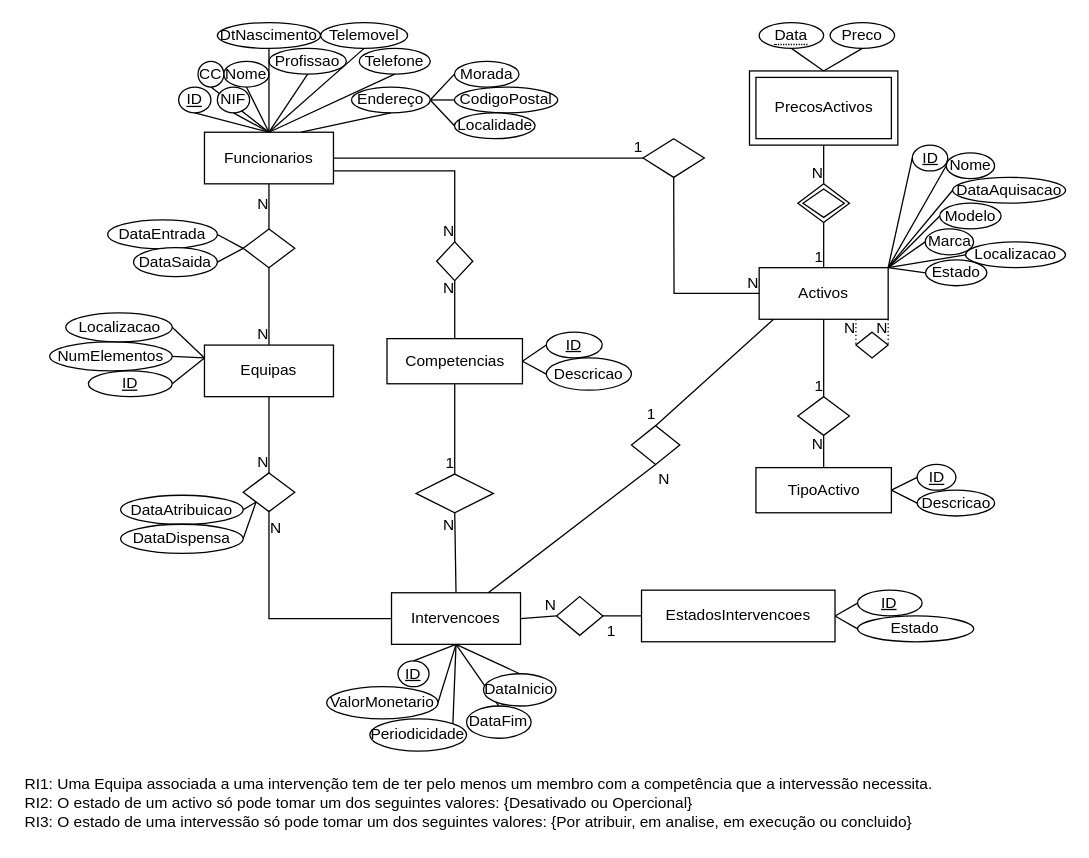
The draw.io diagram Diagrama.drawio in JLuzioS/SI2A, before the edit. Source tidied: cells renumbered, new cells numbered last; positions are measured from the earlier drawing's top-left corner, leaving out a move shared by most shapes. Both pictures are drawn from the tidied source at 129%, with x=0, y=0 at pixel (22, 22).
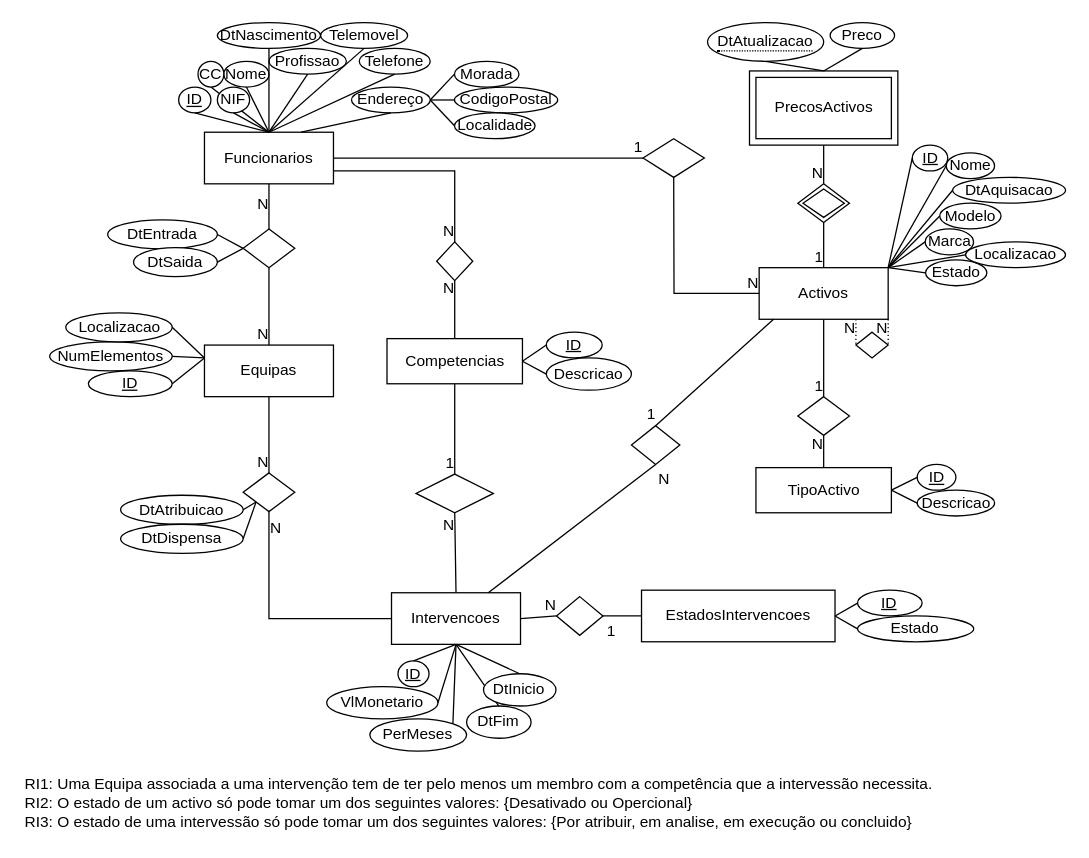
Above is the later version.

What changed in the source:
```diff
@@
-    <mxCell id="42" value="&lt;span style=&quot;border-bottom: 1px dotted&quot;&gt;Data&lt;br&gt;&lt;/span&gt;" style="ellipse;whiteSpace=wrap;html=1;align=center;" parent="1" vertex="1">
-      <mxGeometry x="571" width="50" height="20" as="geometry" />
+    <mxCell id="42" value="&lt;span style=&quot;border-bottom: 1px dotted&quot;&gt;DtAtualizacao&lt;br&gt;&lt;/span&gt;" style="ellipse;whiteSpace=wrap;html=1;align=center;" parent="1" vertex="1">
+      <mxGeometry x="531" width="90" height="30" as="geometry" />
     </mxCell>
@@
-    <mxCell id="48" value="DataFim" style="ellipse;whiteSpace=wrap;html=1;align=center;" parent="1" vertex="1">
+    <mxCell id="48" value="DtFim" style="ellipse;whiteSpace=wrap;html=1;align=center;" parent="1" vertex="1">
       <mxGeometry x="344.2" y="529.8" width="50" height="25" as="geometry" />
     </mxCell>
@@
-    <mxCell id="51" value="Periodicidade" style="ellipse;whiteSpace=wrap;html=1;align=center;" parent="1" vertex="1">
+    <mxCell id="51" value="PerMeses" style="ellipse;whiteSpace=wrap;html=1;align=center;" parent="1" vertex="1">
       <mxGeometry x="269.2" y="539.8" width="75" height="25" as="geometry" />
     </mxCell>
@@
-    <mxCell id="56" value="DataAquisacao" style="ellipse;whiteSpace=wrap;html=1;align=center;" parent="1" vertex="1">
+    <mxCell id="56" value="DtAquisacao" style="ellipse;whiteSpace=wrap;html=1;align=center;" parent="1" vertex="1">
       <mxGeometry x="721" y="120" width="87.5" height="20" as="geometry" />
     </mxCell>
@@
-    <mxCell id="101" value="ValorMonetario" style="ellipse;whiteSpace=wrap;html=1;align=center;" parent="1" vertex="1">
+    <mxCell id="101" value="VlMonetario" style="ellipse;whiteSpace=wrap;html=1;align=center;" parent="1" vertex="1">
       <mxGeometry x="235.8" y="514.8" width="86.2" height="25" as="geometry" />
     </mxCell>
@@
-    <mxCell id="104" value="DataInicio" style="ellipse;whiteSpace=wrap;html=1;align=center;" parent="1" vertex="1">
+    <mxCell id="104" value="DtInicio" style="ellipse;whiteSpace=wrap;html=1;align=center;" parent="1" vertex="1">
       <mxGeometry x="357.3" y="504.8" width="56.2" height="25" as="geometry" />
     </mxCell>
@@
-    <mxCell id="132" value="DataAtribuicao" style="ellipse;whiteSpace=wrap;html=1;align=center;" parent="1" vertex="1">
+    <mxCell id="132" value="DtAtribuicao" style="ellipse;whiteSpace=wrap;html=1;align=center;" parent="1" vertex="1">
       <mxGeometry x="76" y="366.4" width="95" height="22.5" as="geometry" />
     </mxCell>
@@
-    <mxCell id="134" value="DataEntrada" style="ellipse;whiteSpace=wrap;html=1;align=center;" parent="1" vertex="1">
+    <mxCell id="134" value="DtEntrada" style="ellipse;whiteSpace=wrap;html=1;align=center;" parent="1" vertex="1">
       <mxGeometry x="66" y="153" width="85" height="22.5" as="geometry" />
     </mxCell>
-    <mxCell id="135" value="DataSaida" style="ellipse;whiteSpace=wrap;html=1;align=center;" parent="1" vertex="1">
+    <mxCell id="135" value="DtSaida" style="ellipse;whiteSpace=wrap;html=1;align=center;" parent="1" vertex="1">
       <mxGeometry x="86" y="174.5" width="65" height="22.5" as="geometry" />
     </mxCell>
@@
-    <mxCell id="138" value="DataDispensa" style="ellipse;whiteSpace=wrap;html=1;align=center;" parent="1" vertex="1">
+    <mxCell id="138" value="DtDispensa" style="ellipse;whiteSpace=wrap;html=1;align=center;" parent="1" vertex="1">
       <mxGeometry x="76" y="388.9" width="95" height="22.5" as="geometry" />
     </mxCell>
```
